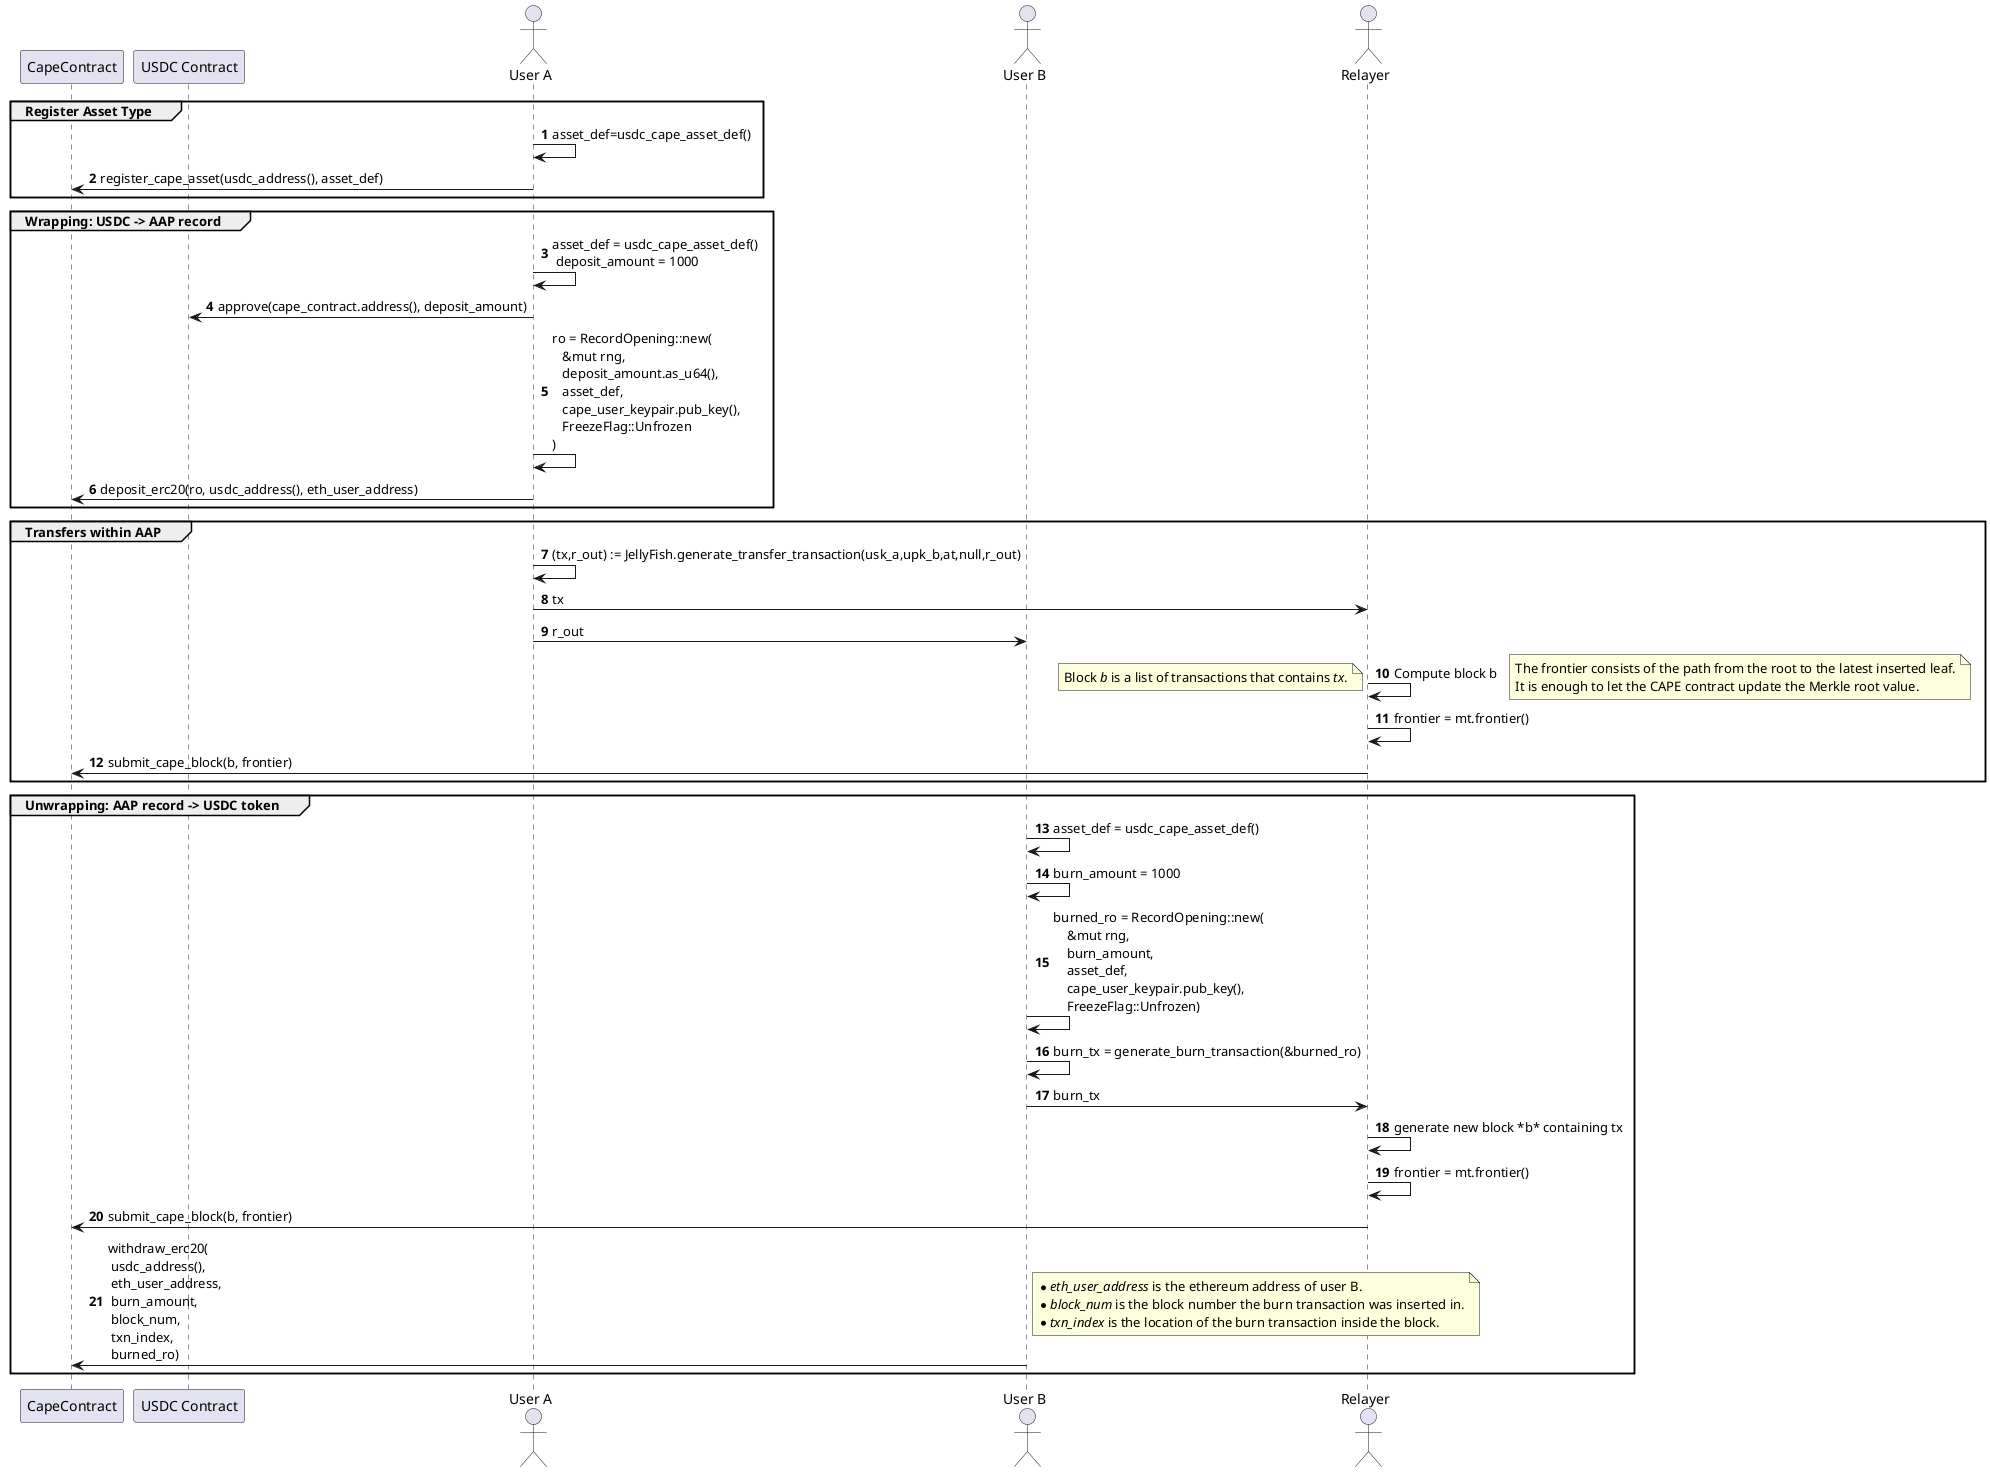
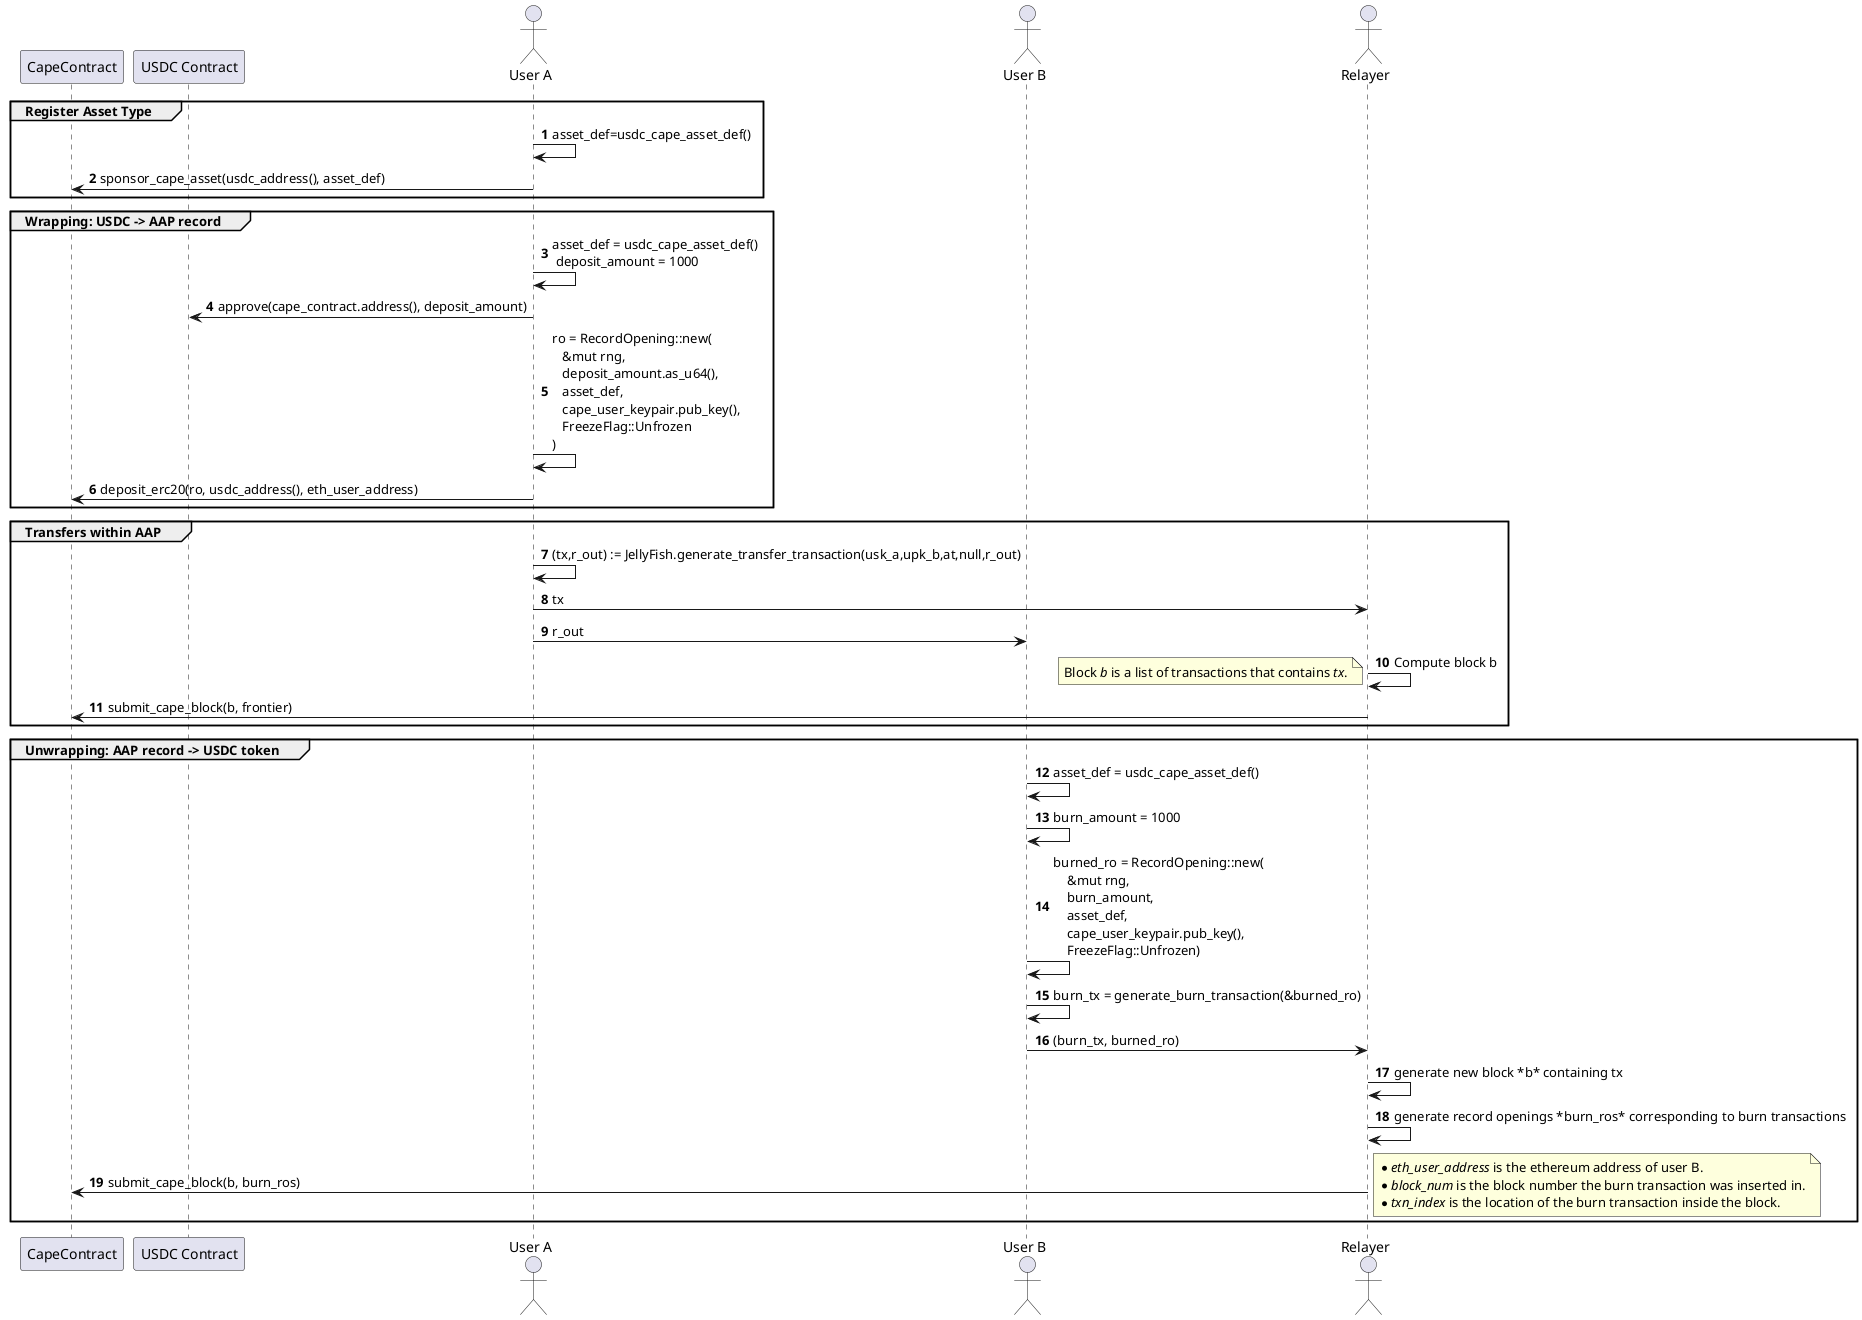
@startuml
autonumber
participant "CapeContract" as CapeContract
participant "USDC Contract" as USDC
actor       "User A" as A
actor       "User B" as B
actor       "Relayer" as R

group Register Asset Type
A -> A: asset_def=usdc_cape_asset_def()
- A -> CapeContract: register_cape_asset(usdc_address(), asset_def)
+ A -> CapeContract: sponsor_cape_asset(usdc_address(), asset_def)

end group

group Wrapping: USDC -> AAP record

A -> A: asset_def = usdc_cape_asset_def() \n deposit_amount = 1000
A -> USDC: approve(cape_contract.address(), deposit_amount)
A -> A: ro = RecordOpening::new( \n   &mut rng, \n   deposit_amount.as_u64(), \n   asset_def,\n   cape_user_keypair.pub_key(),\n   FreezeFlag::Unfrozen \n)
A -> CapeContract: deposit_erc20(ro, usdc_address(), eth_user_address)
end

group Transfers within AAP

A -> A: (tx,r_out) := JellyFish.generate_transfer_transaction(usk_a,upk_b,at,null,r_out)
A -> R: tx
A -> B: r_out
R -> R: Compute block b
note left
Block <i>b</i> is a list of transactions that contains <i>tx</i>.
end note

- note right
- The frontier consists of the path from the root to the latest inserted leaf.
- It is enough to let the CAPE contract update the Merkle root value.
- end note
- 
- R -> R: frontier = mt.frontier()

R -> CapeContract: submit_cape_block(b, frontier)
end group

group Unwrapping: AAP record -> USDC token
-  B -> B:   asset_def = usdc_cape_asset_def()
+  B -> B: asset_def = usdc_cape_asset_def()
 B -> B: burn_amount = 1000
 B -> B: burned_ro = RecordOpening::new( \n    &mut rng, \n    burn_amount,\n    asset_def, \n    cape_user_keypair.pub_key(),\n    FreezeFlag::Unfrozen)
 B -> B: burn_tx = generate_burn_transaction(&burned_ro)
-  B -> R: burn_tx
+  B -> R: (burn_tx, burned_ro)
 R -> R: generate new block *b* containing tx
-  R -> R: frontier = mt.frontier()
-  R -> CapeContract: submit_cape_block(b, frontier)
-  B -> CapeContract: withdraw_erc20( \n usdc_address(),  \n eth_user_address,  \n burn_amount,  \n block_num,  \n txn_index,  \n burned_ro)
+  R -> R: generate record openings *burn_ros* corresponding to burn transactions
+  R -> CapeContract: submit_cape_block(b, burn_ros)
 note right
 * <i>eth_user_address</i> is the ethereum address of user B.
 * <i>block_num</i> is the block number the burn transaction was inserted in.
 * <i>txn_index</i> is the location of the burn transaction inside the block.
 end note
end
@enduml
